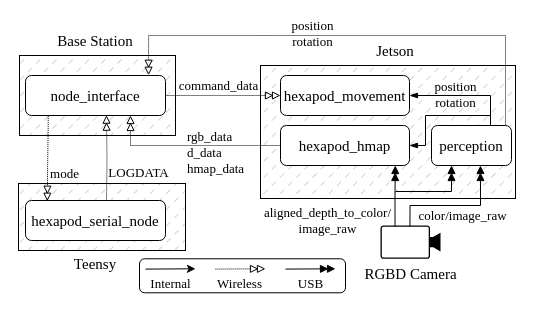
EpEpDragon/MThesis keeps this draw.io diagram as page "Nodes" (10 of 11) of figs/Diagrams.drawio. Above is the earlier version. Source tidied: cells renumbered, new cells numbered last; positions are measured from the earlier drawing's top-left corner, leaving out a move shared by most shapes. Both pictures are drawn from the tidied source at 100%, with x=0, y=0 at pixel (18, 25).
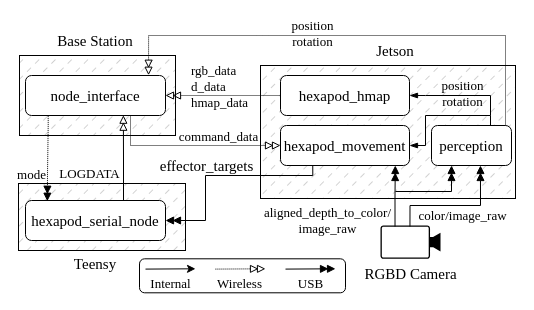
The same diagram, later.

Unchanged cells that the change refers to:
```xml
<mxCell id="10" value="node_interface" style="rounded=1;whiteSpace=wrap;html=1;strokeColor=default;align=center;verticalAlign=middle;fontFamily=Times New Roman;fontSize=15;fontColor=default;fillColor=default;gradientColor=none;" parent="1" vertex="1">
  <mxGeometry x="7" y="50" width="140" height="40" as="geometry" />
</mxCell>
<mxCell id="13" value="hexapod_serial_node" style="rounded=1;whiteSpace=wrap;html=1;strokeColor=default;align=center;verticalAlign=middle;fontFamily=Times New Roman;fontSize=15;fontColor=default;fillColor=default;gradientColor=none;" parent="1" vertex="1">
  <mxGeometry x="7" y="175" width="140" height="40" as="geometry" />
</mxCell>
<mxCell id="27" value="perception" style="rounded=1;whiteSpace=wrap;html=1;strokeColor=default;align=center;verticalAlign=middle;fontFamily=Times New Roman;fontSize=15;fontColor=default;fillColor=default;gradientColor=none;" parent="1" vertex="1">
  <mxGeometry x="413" y="100" width="80" height="40" as="geometry" />
</mxCell>
```

Diff of the diagram source:
```diff
@@
-    <mxCell id="6" style="edgeStyle=orthogonalEdgeStyle;rounded=0;jettySize=auto;html=1;exitX=0.162;exitY=1.009;exitDx=0;exitDy=0;entryX=0.156;entryY=0.018;entryDx=0;entryDy=0;fontFamily=Times New Roman;fontSize=15;fontColor=default;dashed=1;dashPattern=1 1;endArrow=doubleBlock;endFill=0;entryPerimeter=0;exitPerimeter=0;" parent="1" edge="1" source="10" target="13">
+    <mxCell id="6" style="edgeStyle=orthogonalEdgeStyle;rounded=0;jettySize=auto;html=1;exitX=0.162;exitY=1.009;exitDx=0;exitDy=0;entryX=0.156;entryY=0.018;entryDx=0;entryDy=0;fontFamily=Times New Roman;fontSize=15;fontColor=default;dashed=1;dashPattern=1 1;endArrow=doubleBlock;endFill=1;entryPerimeter=0;exitPerimeter=0;" parent="1" edge="1" source="10" target="13">
       <mxGeometry relative="1" as="geometry">
         <Array as="points">
           <mxPoint x="30" y="100" />
           <mxPoint x="29" y="100" />
           <mxPoint x="29" y="150" />
           <mxPoint x="29" y="150" />
         </Array>
       </mxGeometry>
     </mxCell>
     <mxCell id="7" value="mode" style="edgeLabel;html=1;align=center;verticalAlign=middle;rounded=0;strokeColor=default;fontFamily=Times New Roman;fontSize=13;fontColor=default;fillColor=none;gradientColor=none;" parent="6" vertex="1">
       <mxGeometry x="-0.04" y="1" relative="1" as="geometry">
-        <mxPoint x="15" y="16" as="offset" />
+        <mxPoint x="-18" y="17" as="offset" />
       </mxGeometry>
     </mxCell>
-    <mxCell id="8" style="edgeStyle=orthogonalEdgeStyle;rounded=0;jettySize=auto;html=1;exitX=1;exitY=0.5;exitDx=0;exitDy=0;entryX=0;entryY=0.5;entryDx=0;entryDy=0;fontFamily=Times New Roman;fontSize=15;fontColor=default;dashed=1;dashPattern=1 1;endArrow=doubleBlock;endFill=0;" parent="1" edge="1" source="10" target="15">
+    <mxCell id="8" style="edgeStyle=orthogonalEdgeStyle;rounded=0;jettySize=auto;html=1;exitX=0.75;exitY=1;exitDx=0;exitDy=0;entryX=0;entryY=0.5;entryDx=0;entryDy=0;fontFamily=Times New Roman;fontSize=15;fontColor=default;dashed=1;dashPattern=1 1;endArrow=doubleBlock;endFill=0;" parent="1" edge="1" source="10" target="15">
       <mxGeometry relative="1" as="geometry" />
     </mxCell>
     <mxCell id="9" value="command_data" style="edgeLabel;html=1;align=center;verticalAlign=middle;rounded=0;strokeColor=default;fontFamily=Times New Roman;fontSize=13;fontColor=default;fillColor=none;gradientColor=none;" parent="8" vertex="1">
       <mxGeometry x="-0.13" y="1" relative="1" as="geometry">
-        <mxPoint x="2" y="-10" as="offset" />
+        <mxPoint x="39" y="-9" as="offset" />
       </mxGeometry>
     </mxCell>
@@
-    <mxCell id="11" style="edgeStyle=orthogonalEdgeStyle;rounded=0;jettySize=auto;html=1;entryX=0.578;entryY=0.992;entryDx=0;entryDy=0;fontFamily=Times New Roman;fontSize=15;fontColor=default;dashed=1;dashPattern=1 1;endArrow=doubleBlock;endFill=0;entryPerimeter=0;" parent="1" edge="1" target="10">
-      <mxGeometry relative="1" as="geometry">
-        <mxPoint x="88" y="175" as="sourcePoint" />
-      </mxGeometry>
+    <mxCell id="11" style="edgeStyle=orthogonalEdgeStyle;rounded=0;jettySize=auto;html=1;entryX=0.699;entryY=0.993;entryDx=0;entryDy=0;fontFamily=Times New Roman;fontSize=15;fontColor=default;endArrow=doubleBlock;endFill=0;entryPerimeter=0;exitX=0.7;exitY=-0.012;exitDx=0;exitDy=0;exitPerimeter=0;" parent="1" edge="1" source="13" target="10">
+      <mxGeometry relative="1" as="geometry" />
     </mxCell>
     <mxCell id="12" value="LOGDATA" style="edgeLabel;html=1;align=center;verticalAlign=middle;rounded=0;strokeColor=default;fontFamily=Times New Roman;fontSize=13;fontColor=default;fillColor=none;gradientColor=none;" parent="11" vertex="1">
       <mxGeometry x="0.28" y="-2" relative="1" as="geometry">
-        <mxPoint x="30" y="26" as="offset" />
+        <mxPoint x="-36" y="27" as="offset" />
       </mxGeometry>
     </mxCell>
@@
+    <mxCell id="40" style="edgeStyle=orthogonalEdgeStyle;rounded=0;jettySize=auto;html=1;exitX=0.25;exitY=1;exitDx=0;exitDy=0;entryX=1;entryY=0.5;entryDx=0;entryDy=0;fontFamily=Times New Roman;fontSize=15;fontColor=default;endArrow=doubleBlock;endFill=1;" parent="1" edge="1" source="15" target="13">
+      <mxGeometry relative="1" as="geometry">
+        <Array as="points">
+          <mxPoint x="294" y="150" />
+          <mxPoint x="187" y="150" />
+          <mxPoint x="187" y="195" />
+        </Array>
+      </mxGeometry>
+    </mxCell>
+    <mxCell id="41" value="effector_targets" style="edgeLabel;html=1;align=center;verticalAlign=middle;rounded=0;strokeColor=default;fontFamily=Times New Roman;fontSize=15;fontColor=default;fillColor=none;gradientColor=none;labelBackgroundColor=none;" parent="40" vertex="1">
+      <mxGeometry x="0.21" y="1" relative="1" as="geometry">
+        <mxPoint x="-1" y="-15" as="offset" />
+      </mxGeometry>
+    </mxCell>
     <mxCell id="15" value="hexapod_movement" style="rounded=1;whiteSpace=wrap;html=1;strokeColor=default;align=center;verticalAlign=middle;fontFamily=Times New Roman;fontSize=15;fontColor=default;fillColor=default;gradientColor=none;" parent="1" vertex="1">
-      <mxGeometry x="262" y="50" width="129" height="40" as="geometry" />
+      <mxGeometry x="262" y="100" width="129" height="40" as="geometry" />
     </mxCell>
-    <mxCell id="16" style="edgeStyle=orthogonalEdgeStyle;rounded=0;jettySize=auto;html=1;entryX=0.75;entryY=1;entryDx=0;entryDy=0;fontFamily=Times New Roman;fontSize=15;fontColor=default;dashed=1;dashPattern=1 1;endArrow=doubleBlock;endFill=0;" parent="1" edge="1" source="18" target="10">
+    <mxCell id="16" style="edgeStyle=orthogonalEdgeStyle;rounded=0;jettySize=auto;html=1;entryX=1;entryY=0.5;entryDx=0;entryDy=0;fontFamily=Times New Roman;fontSize=15;fontColor=default;dashed=1;dashPattern=1 1;endArrow=doubleBlock;endFill=0;" parent="1" edge="1" source="18" target="10">
       <mxGeometry relative="1" as="geometry" />
     </mxCell>
     <mxCell id="17" value="rgb_data&lt;div style=&quot;font-size: 13px;&quot;&gt;d_data&lt;br style=&quot;font-size: 13px;&quot;&gt;&lt;/div&gt;&lt;div style=&quot;font-size: 13px;&quot;&gt;hmap_data&lt;br style=&quot;font-size: 13px;&quot;&gt;&lt;/div&gt;&lt;div style=&quot;font-size: 13px;&quot;&gt;&lt;br style=&quot;font-size: 13px;&quot;&gt;&lt;/div&gt;" style="edgeLabel;html=1;align=left;verticalAlign=middle;rounded=0;strokeColor=default;fontFamily=Times New Roman;fontSize=13;fontColor=default;fillColor=none;gradientColor=none;labelBackgroundColor=none;" parent="16" vertex="1">
       <mxGeometry x="-0.28" y="-1" relative="1" as="geometry">
-        <mxPoint x="-30" y="15" as="offset" />
+        <mxPoint x="-50" y="-1" as="offset" />
       </mxGeometry>
     </mxCell>
     <mxCell id="18" value="hexapod_hmap" style="rounded=1;whiteSpace=wrap;html=1;strokeColor=default;align=center;verticalAlign=middle;fontFamily=Times New Roman;fontSize=15;fontColor=default;fillColor=default;gradientColor=none;" parent="1" vertex="1">
-      <mxGeometry x="262" y="100" width="129" height="40" as="geometry" />
+      <mxGeometry x="262" y="50" width="129" height="40" as="geometry" />
     </mxCell>
@@
     <mxCell id="25" style="edgeStyle=orthogonalEdgeStyle;rounded=0;jettySize=auto;html=1;entryX=1;entryY=0.5;entryDx=0;entryDy=0;fontFamily=Times New Roman;fontSize=15;fontColor=default;endArrow=blockThin;endFill=1;" parent="1" edge="1" source="27" target="15">
       <mxGeometry relative="1" as="geometry">
         <Array as="points">
-          <mxPoint x="472" y="70" />
+          <mxPoint x="472" y="90" />
+          <mxPoint x="407" y="90" />
+          <mxPoint x="407" y="120" />
         </Array>
       </mxGeometry>
     </mxCell>
     <mxCell id="26" value="&lt;span style=&quot;font-size: 13px;&quot;&gt;position&lt;/span&gt;&lt;div style=&quot;font-size: 13px;&quot;&gt;rotation&lt;/div&gt;" style="edgeLabel;html=1;align=center;verticalAlign=middle;rounded=0;strokeColor=default;fontFamily=Times New Roman;fontSize=15;fontColor=default;fillColor=none;gradientColor=none;labelBackgroundColor=none;" parent="25" vertex="1">
       <mxGeometry x="0.17" y="1" relative="1" as="geometry">
-        <mxPoint x="-1" y="-4" as="offset" />
+        <mxPoint x="32" y="-25" as="offset" />
       </mxGeometry>
     </mxCell>
@@
     <mxCell id="31" style="endArrow=blockThin;html=1;rounded=0;fontFamily=Times New Roman;fontSize=15;fontColor=default;entryX=1;entryY=0.5;entryDx=0;entryDy=0;endFill=1;" parent="1" edge="1" target="18">
       <mxGeometry relative="1" as="geometry">
         <mxPoint x="472" y="90" as="sourcePoint" />
         <Array as="points">
-          <mxPoint x="407" y="90" />
-          <mxPoint x="407" y="120" />
+          <mxPoint x="472" y="70" />
+          <mxPoint x="407" y="70" />
         </Array>
       </mxGeometry>
     </mxCell>
```
